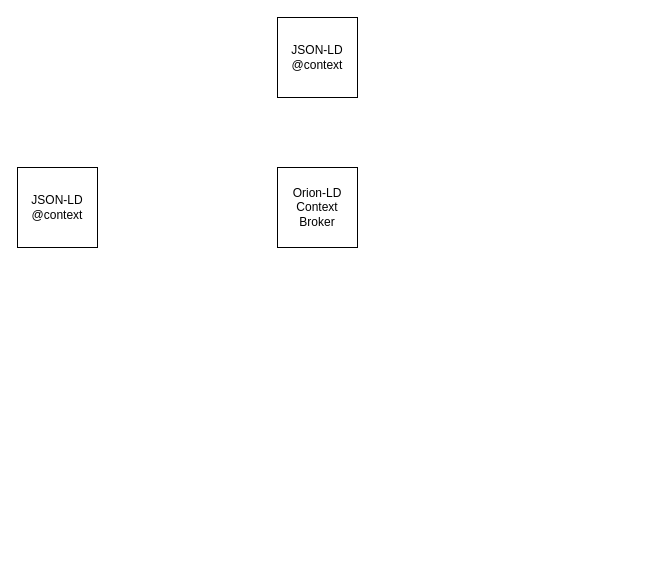
flopezag/mqtt-example keeps this draw.io diagram as Untitled Diagram.drawio. Above is the earlier version. Source tidied: cells renumbered, new cells numbered last; positions are measured from the earlier drawing's top-left corner, leaving out a move shared by most shapes. Both pictures are drawn from the tidied source at 100%, with x=0, y=0 at pixel (17, 17).
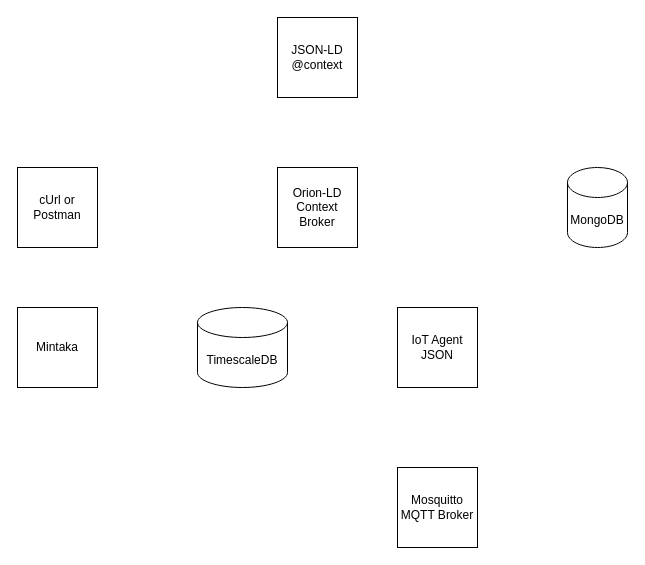
After the change.

The edit, as a diff of the source:
```diff
@@
 <mxGraphModel>
   <root>
     <mxCell id="0" />
     <mxCell id="1" parent="0" />
     <mxCell id="2" value="JSON-LD&lt;div&gt;@context&lt;/div&gt;" style="whiteSpace=wrap;html=1;" parent="1" vertex="1">
       <mxGeometry x="260" width="80" height="80" as="geometry" />
     </mxCell>
     <mxCell id="3" value="Orion-LD&lt;div&gt;Context&lt;/div&gt;&lt;div&gt;Broker&lt;/div&gt;" style="whiteSpace=wrap;html=1;" parent="1" vertex="1">
       <mxGeometry x="260" y="150" width="80" height="80" as="geometry" />
     </mxCell>
-    <mxCell id="4" value="JSON-LD&lt;div&gt;@context&lt;/div&gt;" style="whiteSpace=wrap;html=1;" parent="1" vertex="1">
+    <mxCell id="4" value="cUrl or&lt;div&gt;Postman&lt;/div&gt;" style="whiteSpace=wrap;html=1;" parent="1" vertex="1">
       <mxGeometry y="150" width="80" height="80" as="geometry" />
     </mxCell>
+    <mxCell id="5" value="IoT Agent&lt;div&gt;JSON&lt;/div&gt;" style="whiteSpace=wrap;html=1;" parent="1" vertex="1">
+      <mxGeometry x="380" y="290" width="80" height="80" as="geometry" />
+    </mxCell>
+    <mxCell id="6" value="Mintaka" style="whiteSpace=wrap;html=1;" parent="1" vertex="1">
+      <mxGeometry y="290" width="80" height="80" as="geometry" />
+    </mxCell>
+    <mxCell id="7" value="MongoDB" style="shape=cylinder3;whiteSpace=wrap;html=1;boundedLbl=1;backgroundOutline=1;size=15;" parent="1" vertex="1">
+      <mxGeometry x="550" y="150" width="60" height="80" as="geometry" />
+    </mxCell>
+    <mxCell id="8" value="TimescaleDB" style="shape=cylinder3;whiteSpace=wrap;html=1;boundedLbl=1;backgroundOutline=1;size=15;" parent="1" vertex="1">
+      <mxGeometry x="180" y="290" width="90" height="80" as="geometry" />
+    </mxCell>
+    <mxCell id="9" value="Mosquitto&lt;div&gt;MQTT Broker&lt;/div&gt;" style="whiteSpace=wrap;html=1;" parent="1" vertex="1">
+      <mxGeometry x="380" y="450" width="80" height="80" as="geometry" />
+    </mxCell>
   </root>
 </mxGraphModel>
```
